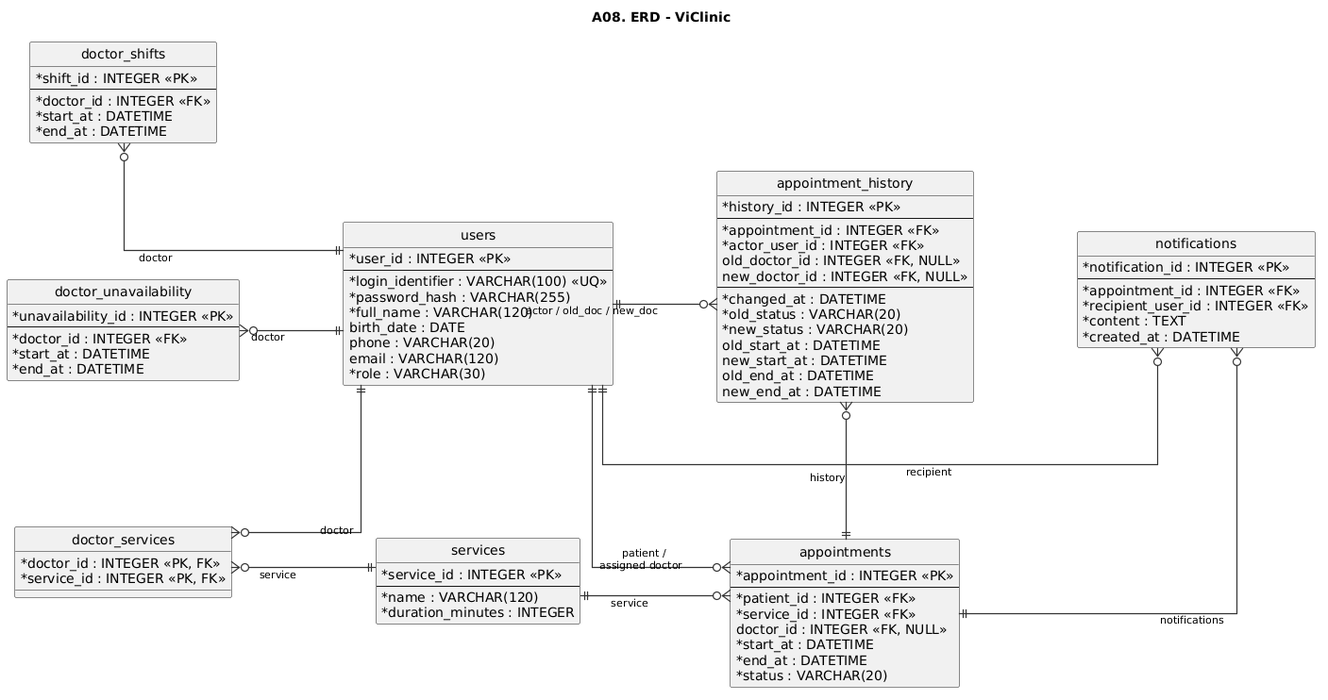
Above: doc/database-design/ERD.png in KhaVan-oi/ViClinic (PlantUML), before the change. Its source is kept beside it as doc/database-design/ERD.puml.
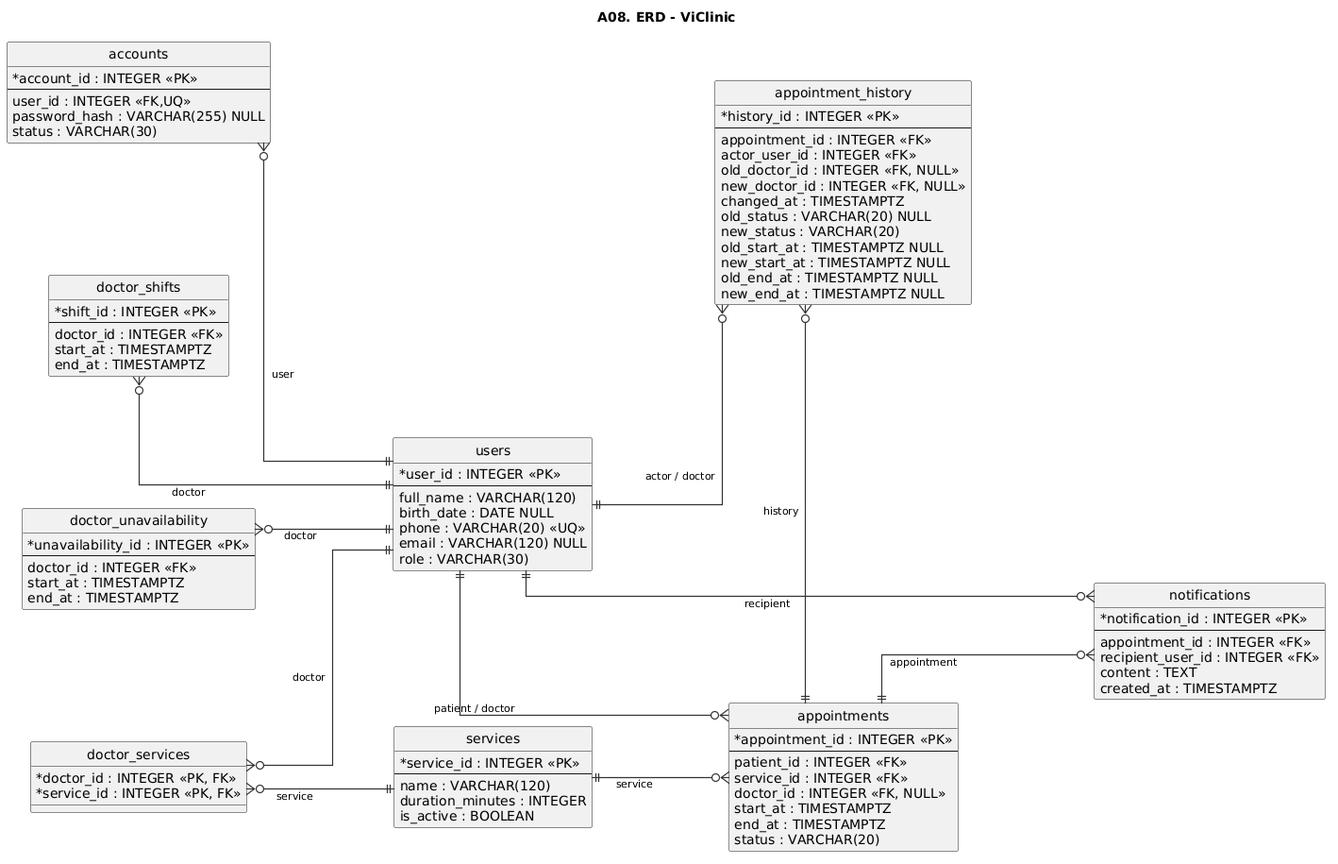
After the change.

Commit message:
update erd follow new FR NFR Userflow

Diff of the diagram source:
```diff
@@ -8,8 +8,8 @@
 skinparam roundcorner 4
 skinparam classAttributeIconSize 0
 
-skinparam nodesep 145
-skinparam ranksep 110
+skinparam nodesep 140
+skinparam ranksep 130
 
 skinparam ArrowColor #333333
 skinparam ArrowThickness 1.2
@@ -24,94 +24,101 @@
 
 
 entity "doctor_shifts" as DOCTOR_SHIFTS {
-  * shift_id : INTEGER <<PK>>
+  *shift_id : INTEGER <<PK>>
   --
-  * doctor_id : INTEGER <<FK>>
-  * start_at : DATETIME
-  * end_at : DATETIME
+  doctor_id : INTEGER <<FK>>
+  start_at : TIMESTAMPTZ
+  end_at : TIMESTAMPTZ
 }
 
 entity "doctor_unavailability" as DOCTOR_UNAVAILABILITY {
-  * unavailability_id : INTEGER <<PK>>
+  *unavailability_id : INTEGER <<PK>>
   --
-  * doctor_id : INTEGER <<FK>>
-  * start_at : DATETIME
-  * end_at : DATETIME
+  doctor_id : INTEGER <<FK>>
+  start_at : TIMESTAMPTZ
+  end_at : TIMESTAMPTZ
+}
+
+entity "accounts" as ACCOUNTS {
+  *account_id : INTEGER <<PK>>
+  --
+  user_id : INTEGER <<FK,UQ>>
+  password_hash : VARCHAR(255) NULL
+  status : VARCHAR(30)
 }
 
 entity "doctor_services" as DOCTOR_SERVICES {
-  * doctor_id : INTEGER <<PK, FK>>
-  * service_id : INTEGER <<PK, FK>>
+  *doctor_id : INTEGER <<PK, FK>>
+  *service_id : INTEGER <<PK, FK>>
 }
 
 entity "users" as USERS {
-  * user_id : INTEGER <<PK>>
+  *user_id : INTEGER <<PK>>
   --
-  * login_identifier : VARCHAR(100) <<UQ>>
-  * password_hash : VARCHAR(255)
-  * full_name : VARCHAR(120)
-  birth_date : DATE
-  phone : VARCHAR(20)
-  email : VARCHAR(120)
-  * role : VARCHAR(30)
+  full_name : VARCHAR(120)
+  birth_date : DATE NULL
+  phone : VARCHAR(20) <<UQ>>
+  email : VARCHAR(120) NULL
+  role : VARCHAR(30)
 }
 
 entity "services" as SERVICES {
-  * service_id : INTEGER <<PK>>
+  *service_id : INTEGER <<PK>>
   --
-  * name : VARCHAR(120)
-  * duration_minutes : INTEGER
+  name : VARCHAR(120)
+  duration_minutes : INTEGER
+  is_active : BOOLEAN
+}
+
+entity "appointment_history" as APPOINTMENT_HISTORY {
+  *history_id : INTEGER <<PK>>
+  --
+  appointment_id : INTEGER <<FK>>
+  actor_user_id : INTEGER <<FK>>
+  old_doctor_id : INTEGER <<FK, NULL>>
+  new_doctor_id : INTEGER <<FK, NULL>>
+  changed_at : TIMESTAMPTZ
+  old_status : VARCHAR(20) NULL
+  new_status : VARCHAR(20)
+  old_start_at : TIMESTAMPTZ NULL
+  new_start_at : TIMESTAMPTZ NULL
+  old_end_at : TIMESTAMPTZ NULL
+  new_end_at : TIMESTAMPTZ NULL
 }
 
 entity "appointments" as APPOINTMENTS {
-  * appointment_id : INTEGER <<PK>>
+  *appointment_id : INTEGER <<PK>>
   --
-  * patient_id : INTEGER <<FK>>
-  * service_id : INTEGER <<FK>>
+  patient_id : INTEGER <<FK>>
+  service_id : INTEGER <<FK>>
   doctor_id : INTEGER <<FK, NULL>>
-  * start_at : DATETIME
-  * end_at : DATETIME
-  * status : VARCHAR(20)
-}
-
-entity "appointment_history" as APPOINTMENT_HISTORY {
-  * history_id : INTEGER <<PK>>
-  --
-  * appointment_id : INTEGER <<FK>>
-  * actor_user_id : INTEGER <<FK>>
-  old_doctor_id : INTEGER <<FK, NULL>>
-  new_doctor_id : INTEGER <<FK, NULL>>
-  --
-  * changed_at : DATETIME
-  * old_status : VARCHAR(20)
-  * new_status : VARCHAR(20)
-  old_start_at : DATETIME
-  new_start_at : DATETIME
-  old_end_at : DATETIME
-  new_end_at : DATETIME
+  start_at : TIMESTAMPTZ
+  end_at : TIMESTAMPTZ
+  status : VARCHAR(20)
 }
 
 entity "notifications" as NOTIFICATIONS {
-  * notification_id : INTEGER <<PK>>
+  *notification_id : INTEGER <<PK>>
   --
-  * appointment_id : INTEGER <<FK>>
-  * recipient_user_id : INTEGER <<FK>>
-  * content : TEXT
-  * created_at : DATETIME
+  appointment_id : INTEGER <<FK>>
+  recipient_user_id : INTEGER <<FK>>
+  content : TEXT
+  created_at : TIMESTAMPTZ
 }
 
 
 DOCTOR_SHIFTS }o--|| USERS : "  doctor  "
 DOCTOR_UNAVAILABILITY }o--|| USERS : "  doctor  "
+ACCOUNTS }o--|| USERS : "  user  "
 DOCTOR_SERVICES }o--|| USERS : "  doctor  "
 DOCTOR_SERVICES }o--|| SERVICES : "  service  "
 
-USERS ||--o{ APPOINTMENT_HISTORY : "  actor / old_doc / new_doc  "
-APPOINTMENTS ||-left-o{ APPOINTMENT_HISTORY : "  history\n<U+00A0>"
+USERS ||--o{ APPOINTMENT_HISTORY : "  actor / doctor  "
+APPOINTMENTS ||-left-o{ APPOINTMENT_HISTORY : "  history  "
 
-USERS ||--o{ APPOINTMENTS : "  patient /\n  assigned doctor  "
+USERS ||--o{ APPOINTMENTS : "  patient / doctor  "
 SERVICES ||--o{ APPOINTMENTS : "  service  "
 
 USERS ||--o{ NOTIFICATIONS : "  recipient  "
-APPOINTMENTS ||--o{ NOTIFICATIONS : "  notifications  "
+APPOINTMENTS ||--o{ NOTIFICATIONS : "  appointment  "
 @enduml
```
